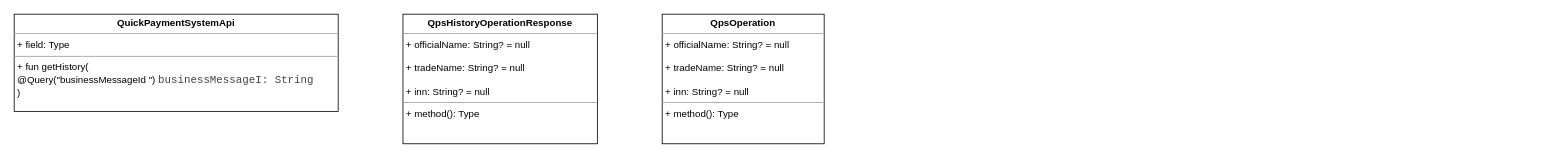
Earlier version of the draw.io diagram UNI-14774.drawio (ShiryaevNikolay/diagrams). Source tidied: cells renumbered, new cells numbered last; positions are measured from the earlier drawing's top-left corner, leaving out a move shared by most shapes. Both pictures are drawn from the tidied source at 81%, with x=0, y=0 at pixel (14, 14).
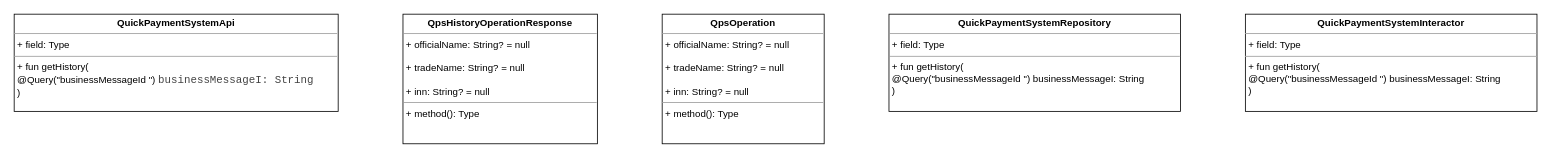
Above is the later version.

What changed in the source:
```diff
@@
 <mxGraphModel>
   <root>
     <mxCell id="0" />
     <mxCell id="1" parent="0" />
     <mxCell id="2" value="&lt;p style=&quot;margin: 0px ; margin-top: 4px ; text-align: center&quot;&gt;&lt;b&gt;QuickPaymentSystemApi&lt;/b&gt;&lt;/p&gt;&lt;hr size=&quot;1&quot;&gt;&lt;p style=&quot;margin: 0px ; margin-left: 4px&quot;&gt;+ field: Type&lt;/p&gt;&lt;hr size=&quot;1&quot;&gt;&lt;p style=&quot;margin: 0px ; margin-left: 4px&quot;&gt;+ fun getHistory(&lt;/p&gt;&lt;p style=&quot;margin: 0px ; margin-left: 4px&quot;&gt;&lt;span&gt; &lt;/span&gt;@Query(&quot;businessMessageId &quot;) &lt;span style=&quot;font-size: 10pt ; font-family: &amp;#34;courier new&amp;#34; ; color: rgb(67 , 67 , 67) ; background-color: transparent ; font-weight: 400 ; font-style: normal ; font-variant: normal ; text-decoration: none ; vertical-align: baseline&quot; id=&quot;docs-internal-guid-493928ac-7fff-fcde-9f78-01a0bb1bc673&quot;&gt;businessMessageI: String&lt;/span&gt;&lt;span style=&quot;font-size: 11pt ; font-family: &amp;#34;pt sans&amp;#34; , sans-serif ; color: rgb(67 , 67 , 67) ; background-color: transparent ; font-weight: 400 ; font-style: normal ; font-variant: normal ; text-decoration: none ; vertical-align: baseline&quot;&gt; &lt;/span&gt;&lt;/p&gt;&lt;p style=&quot;margin: 0px ; margin-left: 4px&quot;&gt;)&lt;/p&gt;" style="verticalAlign=top;align=left;overflow=fill;fontSize=12;fontFamily=Helvetica;html=1;" parent="1" vertex="1">
       <mxGeometry width="400" height="120" as="geometry" />
     </mxCell>
     <mxCell id="3" value="&lt;p style=&quot;margin: 0px ; margin-top: 4px ; text-align: center&quot;&gt;&lt;b&gt;QpsHistoryOperationResponse&lt;/b&gt;&lt;/p&gt;&lt;hr size=&quot;1&quot;&gt;&lt;p style=&quot;margin: 0px ; margin-left: 4px&quot;&gt;+ officialName: String? = null&lt;/p&gt;&lt;p style=&quot;margin: 0px ; margin-left: 4px&quot;&gt;&lt;br&gt;&lt;/p&gt;&lt;p style=&quot;margin: 0px ; margin-left: 4px&quot;&gt;+ tradeName: String? = null&lt;/p&gt;&lt;p style=&quot;margin: 0px ; margin-left: 4px&quot;&gt;&lt;br&gt;&lt;/p&gt;&lt;p style=&quot;margin: 0px ; margin-left: 4px&quot;&gt;+ inn: String? = null&lt;/p&gt;&lt;hr size=&quot;1&quot;&gt;&lt;p style=&quot;margin: 0px ; margin-left: 4px&quot;&gt;+ method(): Type&lt;/p&gt;" style="verticalAlign=top;align=left;overflow=fill;fontSize=12;fontFamily=Helvetica;html=1;" parent="1" vertex="1">
       <mxGeometry x="480" width="240" height="160" as="geometry" />
     </mxCell>
     <mxCell id="4" value="&lt;p style=&quot;margin: 0px ; margin-top: 4px ; text-align: center&quot;&gt;&lt;b&gt;QpsOperation&lt;/b&gt;&lt;/p&gt;&lt;hr size=&quot;1&quot;&gt;&lt;p style=&quot;margin: 0px ; margin-left: 4px&quot;&gt;+ officialName: String? = null&lt;br&gt;&lt;br&gt;+ tradeName: String? = null&lt;br&gt;&lt;br&gt;+ inn: String? = null&lt;/p&gt;&lt;hr size=&quot;1&quot;&gt;&lt;p style=&quot;margin: 0px ; margin-left: 4px&quot;&gt;+ method(): Type&lt;/p&gt;" style="verticalAlign=top;align=left;overflow=fill;fontSize=12;fontFamily=Helvetica;html=1;" parent="1" vertex="1">
       <mxGeometry x="800" width="200" height="160" as="geometry" />
     </mxCell>
+    <mxCell id="5" value="&lt;p style=&quot;margin: 0px ; margin-top: 4px ; text-align: center&quot;&gt;&lt;b&gt;QuickPaymentSystemRepository&lt;/b&gt;&lt;/p&gt;&lt;hr size=&quot;1&quot;&gt;&lt;p style=&quot;margin: 0px ; margin-left: 4px&quot;&gt;+ field: Type&lt;/p&gt;&lt;hr size=&quot;1&quot;&gt;&lt;p style=&quot;margin: 0px ; margin-left: 4px&quot;&gt;+ fun getHistory(&lt;/p&gt;&lt;p style=&quot;margin: 0px ; margin-left: 4px&quot;&gt;@Query(&quot;businessMessageId &quot;) businessMessageI: String&lt;br&gt;&lt;/p&gt;&lt;p style=&quot;margin: 0px ; margin-left: 4px&quot;&gt;)&lt;/p&gt;" style="verticalAlign=top;align=left;overflow=fill;fontSize=12;fontFamily=Helvetica;html=1;" parent="1" vertex="1">
+      <mxGeometry x="1080" width="360" height="120" as="geometry" />
+    </mxCell>
+    <mxCell id="6" value="&lt;p style=&quot;margin: 0px ; margin-top: 4px ; text-align: center&quot;&gt;&lt;b&gt;QuickPaymentSystemInteractor&lt;/b&gt;&lt;/p&gt;&lt;hr size=&quot;1&quot;&gt;&lt;p style=&quot;margin: 0px ; margin-left: 4px&quot;&gt;+ field: Type&lt;/p&gt;&lt;hr size=&quot;1&quot;&gt;&lt;p style=&quot;margin: 0px ; margin-left: 4px&quot;&gt;+ fun getHistory(&lt;/p&gt;&lt;p style=&quot;margin: 0px ; margin-left: 4px&quot;&gt;@Query(&quot;businessMessageId &quot;) businessMessageI: String&lt;br&gt;&lt;/p&gt;&lt;p style=&quot;margin: 0px ; margin-left: 4px&quot;&gt;)&lt;/p&gt;" style="verticalAlign=top;align=left;overflow=fill;fontSize=12;fontFamily=Helvetica;html=1;" parent="1" vertex="1">
+      <mxGeometry x="1520" width="360" height="120" as="geometry" />
+    </mxCell>
   </root>
 </mxGraphModel>
```
